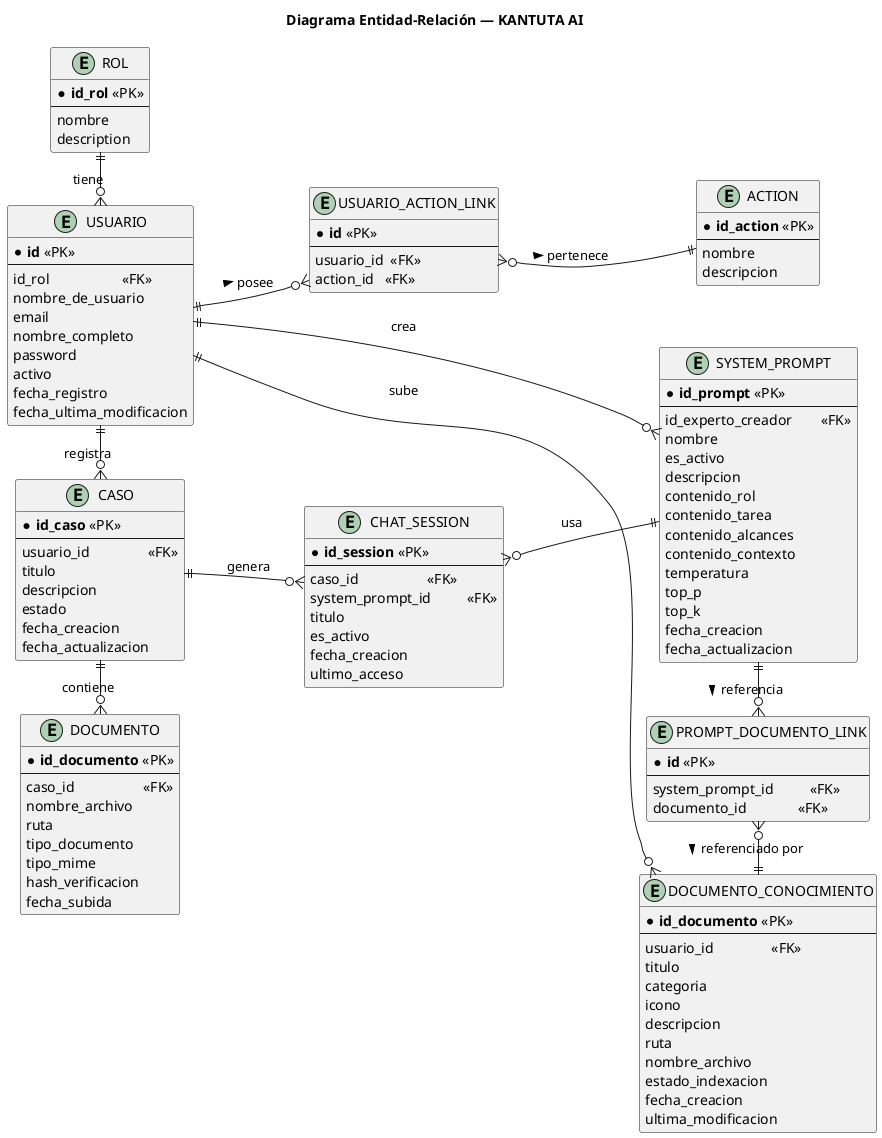
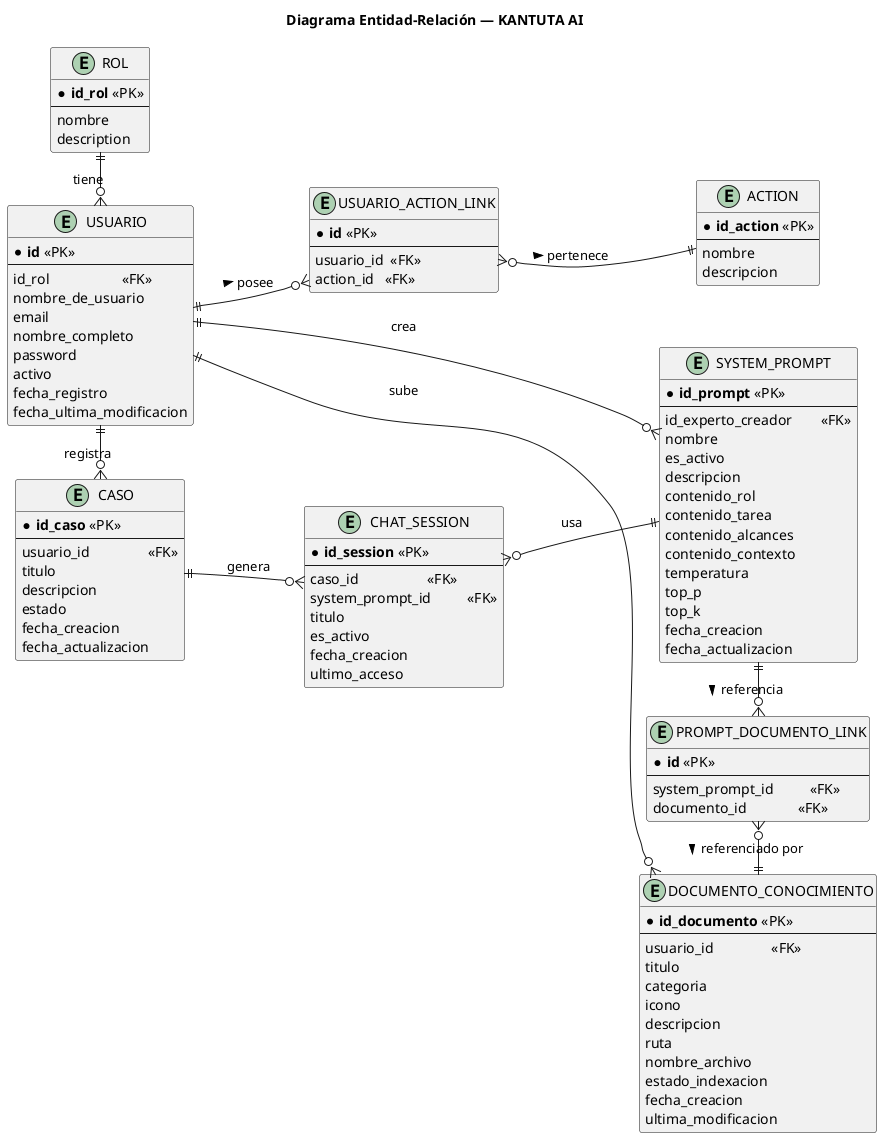
@startuml
title Diagrama Entidad-Relación — KANTUTA AI

left to right direction

skinparam entity {
    BackgroundColor #D6EAF8
    BorderColor     #1A5276
    FontStyle       Bold
    FontSize        12
}

skinparam card {
    BackgroundColor #FEF9E7
    BorderColor     #9A7D0A
    FontSize        11
    FontStyle       Italic
}

' ═══════════════════════════════════════════════════════════════
'  ENTIDADES
' ═══════════════════════════════════════════════════════════════

entity "ROL" as ROL {
    * **id_rol** <<PK>>
    --
    nombre
    description
}

entity "USUARIO" as USUARIO {
    * **id** <<PK>>
    --
    id_rol                    <<FK>>
    nombre_de_usuario
    email
    nombre_completo
    password
    activo
    fecha_registro
    fecha_ultima_modificacion
}

entity "CASO" as CASO {
    * **id_caso** <<PK>>
    --
    usuario_id                <<FK>>
    titulo
    descripcion
    estado
    fecha_creacion
    fecha_actualizacion
}

- entity "DOCUMENTO" as DOC {
-     * **id_documento** <<PK>>
-     --
-     caso_id                   <<FK>>
-     nombre_archivo
-     ruta
-     tipo_documento
-     tipo_mime
-     hash_verificacion
-     fecha_subida
- }

entity "USUARIO_ACTION_LINK" as UAL {
    * **id** <<PK>>
    --
    usuario_id  <<FK>>
    action_id   <<FK>>
}

entity "ACTION" as ACTION {
    * **id_action** <<PK>>
    --
    nombre
    descripcion
}

entity "CHAT_SESSION" as CHAT {
    * **id_session** <<PK>>
    --
    caso_id                   <<FK>>
    system_prompt_id          <<FK>>
    titulo
    es_activo
    fecha_creacion
    ultimo_acceso
}

entity "SYSTEM_PROMPT" as PROMPT {
    * **id_prompt** <<PK>>
    --
    id_experto_creador        <<FK>>
    nombre
    es_activo
    descripcion
    contenido_rol
    contenido_tarea
    contenido_alcances
    contenido_contexto
    temperatura
    top_p
    top_k
    fecha_creacion
    fecha_actualizacion
}

entity "PROMPT_DOCUMENTO_LINK" as PDL {
    * **id** <<PK>>
    --
    system_prompt_id          <<FK>>
    documento_id              <<FK>>
}

entity "DOCUMENTO_CONOCIMIENTO" as DOCCON {
    * **id_documento** <<PK>>
    --
    usuario_id                <<FK>>
    titulo
    categoria
    icono
    descripcion
    ruta
    nombre_archivo
    estado_indexacion
    fecha_creacion
    ultima_modificacion
}

' ═══════════════════════════════════════════════════════════════
'  LAYOUT — flechas ocultas para fijar posiciones
' ═══════════════════════════════════════════════════════════════

'  Fila 1 (izq → der): ROL · USUARIO · CASO · DOC
ROL     -[hidden]r-> USUARIO
USUARIO -[hidden]r-> CASO
- CASO    -[hidden]r-> DOC

'  Fila 2: UAL (bajo USUARIO) · CHAT (bajo CASO)
USUARIO -[hidden]d-> UAL
CASO    -[hidden]d-> CHAT

'  Fila 3: ACTION (bajo UAL) · PROMPT (bajo CHAT)
UAL     -[hidden]d-> ACTION
CHAT    -[hidden]d-> PROMPT

'  Fila 3 (continuación): PDL · DOCCON a la derecha de PROMPT
PROMPT  -[hidden]r-> PDL
PDL     -[hidden]r-> DOCCON

' ═══════════════════════════════════════════════════════════════
'  RELACIONES + cardinalidad
' ═══════════════════════════════════════════════════════════════

' USUARIO N:1 ROL
USUARIO }o--|| ROL              : "tiene"

' USUARIO N:N ACTION (via UAL)
USUARIO ||--o{ UAL              : "posee >"
ACTION  ||--o{ UAL              : "< pertenece"

' USUARIO 1:N CASO
USUARIO ||--o{ CASO             : "registra"

' USUARIO 1:N DOCUMENTO_CONOCIMIENTO
USUARIO ||--o{ DOCCON           : "sube"

' USUARIO 1:N SYSTEM_PROMPT
USUARIO ||--o{ PROMPT           : "crea"

- ' CASO 1:N DOCUMENTO
- CASO    ||--o{ DOC              : "contiene"

' CASO 1:N CHAT_SESSION
CASO    ||--o{ CHAT             : "genera"

' CHAT_SESSION N:1 SYSTEM_PROMPT
CHAT    }o--|| PROMPT           : "usa"

' SYSTEM_PROMPT N:N DOCUMENTO_CONOCIMIENTO (via PDL)
PROMPT  ||--o{ PDL              : "referencia >"
DOCCON  ||--o{ PDL              : "< referenciado por"

@enduml
